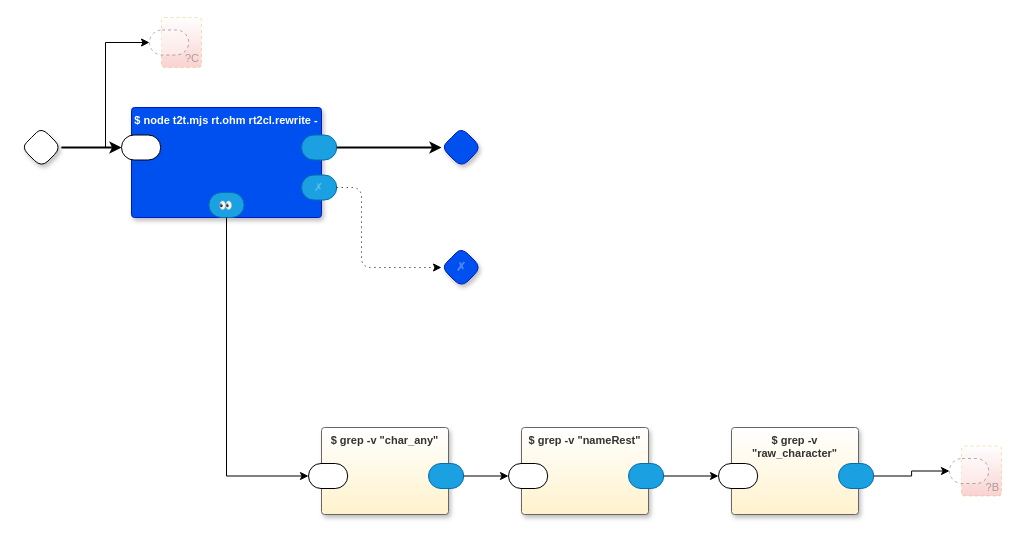
The draw.io diagram page "RT to Common Lisp" (5 of 7) of rt2cl.drawio in guitarvydas/rt, before the edit. Source tidied: cells renumbered, new cells numbered last; positions are measured from the earlier drawing's top-left corner, leaving out a move shared by most shapes. Both pictures are drawn from the tidied source at 100%, with x=0, y=0 at pixel (21, 17).
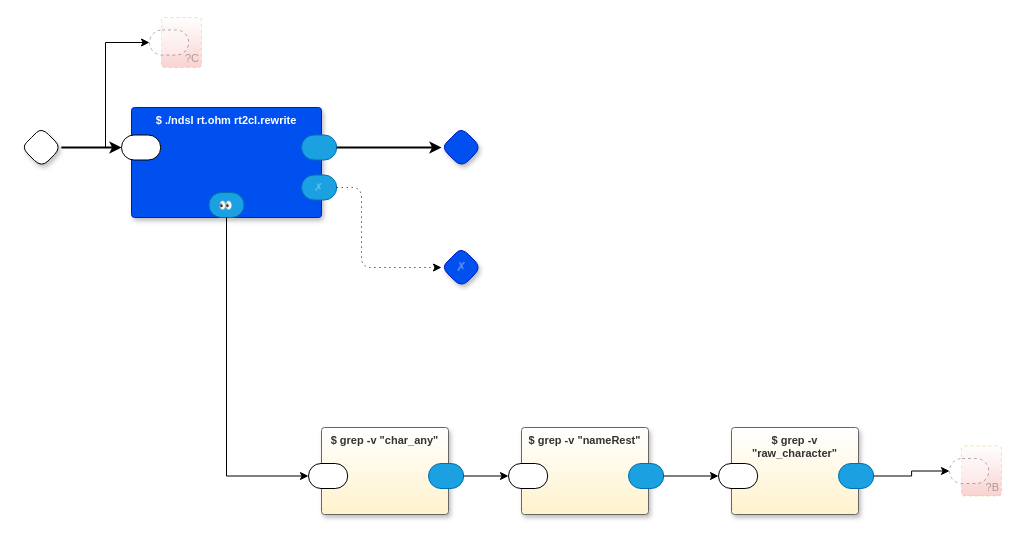
The same page after the edit.

Commit message (it also covers changes not shown here):
using ndsl script to invoke t2t

What changed in the source:
```diff
@@
-    <mxCell id="6" value="$ node t2t.mjs rt.ohm rt2cl.rewrite -" style="rounded=1;sketch=0;verticalAlign=top;arcSize=6;fontStyle=1;absoluteArcSize=1;shadow=1;strokeColor=#001DBC;fillColor=#0050ef;fontColor=#ffffff;fontFamily=Helvetica;fontSize=11;" parent="1" vertex="1">
+    <mxCell id="6" value="$ ./ndsl rt.ohm rt2cl.rewrite" style="rounded=1;sketch=0;verticalAlign=top;arcSize=6;fontStyle=1;absoluteArcSize=1;shadow=1;strokeColor=#001DBC;fillColor=#0050ef;fontColor=#ffffff;fontFamily=Helvetica;fontSize=11;" parent="1" vertex="1">
       <mxGeometry x="110" y="90" width="190" height="110" as="geometry" />
     </mxCell>
```
